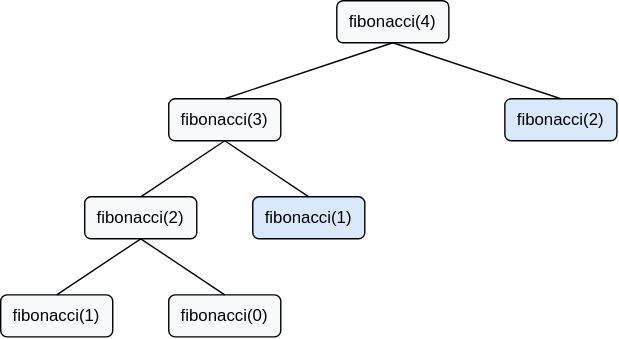
Above: public/fibonacci_with_cache.svg in esadek/esadek.github.io (draw.io), before the change. Source tidied: cells renumbered, new cells last; positions are measured from the earlier drawing's top-left corner, leaving out a move shared by most shapes.
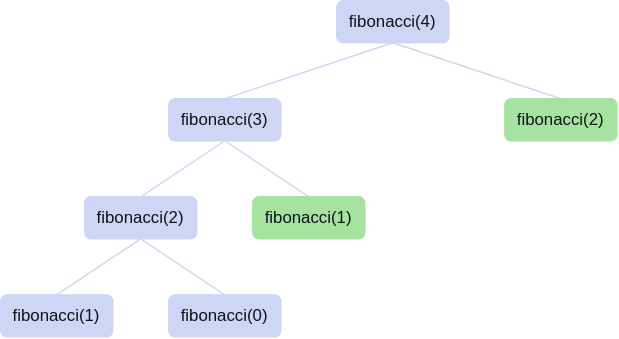
The same file after the commit.

Commit message:
Change: fibonacci diagrams

Diff of the diagram source:
```diff
@@ -2,47 +2,44 @@
   <root>
     <mxCell id="0" />
     <mxCell id="1" parent="0" />
-    <mxCell id="2" value="fibonacci(4)" style="rounded=1;whiteSpace=wrap;html=1;fontStyle=0;fillColor=#F8F9FA;fillStyle=solid;" parent="1" vertex="1">
+    <mxCell id="2" value="fibonacci(4)" style="rounded=1;whiteSpace=wrap;html=1;strokeColor=#CDD6F4;fontColor=#11111B;fillColor=#CDD6F4;" parent="1" vertex="1">
       <mxGeometry x="240" width="80" height="30" as="geometry" />
     </mxCell>
-    <mxCell id="3" style="edgeStyle=orthogonalEdgeStyle;rounded=0;orthogonalLoop=1;jettySize=auto;html=1;exitX=0.5;exitY=1;exitDx=0;exitDy=0;fontStyle=0;" parent="1" edge="1" source="2" target="2">
-      <mxGeometry relative="1" as="geometry" />
-    </mxCell>
-    <mxCell id="4" value="fibonacci(&lt;span&gt;3&lt;/span&gt;)" style="rounded=1;whiteSpace=wrap;html=1;fontStyle=0;fillColor=#F8F9FA;fillStyle=solid;" parent="1" vertex="1">
-      <mxGeometry x="120" y="70" width="80" height="30" as="geometry" />
-    </mxCell>
-    <mxCell id="5" value="fibonacci(&lt;span&gt;1&lt;/span&gt;)" style="rounded=1;whiteSpace=wrap;html=1;fontStyle=0;fillColor=#dae8fc;fillStyle=solid;strokeColor=#000000;" parent="1" vertex="1">
-      <mxGeometry x="180" y="140" width="80" height="30" as="geometry" />
-    </mxCell>
-    <mxCell id="6" value="fibonacci(&lt;span&gt;2&lt;/span&gt;)" style="rounded=1;whiteSpace=wrap;html=1;fontStyle=0;fillColor=#dae8fc;fillStyle=solid;strokeColor=#000000;" parent="1" vertex="1">
-      <mxGeometry x="360" y="70" width="80" height="30" as="geometry" />
-    </mxCell>
-    <mxCell id="7" value="fibonacci(&lt;span&gt;2&lt;/span&gt;)" style="rounded=1;whiteSpace=wrap;html=1;fontStyle=0;fillColor=#F8F9FA;fillStyle=solid;" parent="1" vertex="1">
-      <mxGeometry x="60" y="140" width="80" height="30" as="geometry" />
-    </mxCell>
-    <mxCell id="8" value="fibonacci(&lt;span&gt;0&lt;/span&gt;)" style="rounded=1;whiteSpace=wrap;html=1;fontStyle=0;fillColor=#F8F9FA;fillStyle=solid;" parent="1" vertex="1">
-      <mxGeometry x="120" y="210" width="80" height="30" as="geometry" />
-    </mxCell>
-    <mxCell id="9" value="fibonacci(&lt;span&gt;1&lt;/span&gt;)" style="rounded=1;whiteSpace=wrap;html=1;fontStyle=0;fillColor=#F8F9FA;fillStyle=solid;" parent="1" vertex="1">
-      <mxGeometry y="210" width="80" height="30" as="geometry" />
-    </mxCell>
-    <mxCell id="10" style="endArrow=none;html=1;rounded=0;entryX=0.5;entryY=1;entryDx=0;entryDy=0;exitX=0.5;exitY=0;exitDx=0;exitDy=0;fontStyle=0;" parent="1" edge="1" source="4" target="2">
-      <mxGeometry relative="1" as="geometry" />
-    </mxCell>
-    <mxCell id="11" style="endArrow=none;html=1;rounded=0;exitX=0.5;exitY=1;exitDx=0;exitDy=0;entryX=0.5;entryY=0;entryDx=0;entryDy=0;fontStyle=0;" parent="1" edge="1" source="2" target="6">
-      <mxGeometry relative="1" as="geometry" />
-    </mxCell>
-    <mxCell id="12" style="endArrow=none;html=1;rounded=0;entryX=0.5;entryY=1;entryDx=0;entryDy=0;exitX=0.5;exitY=0;exitDx=0;exitDy=0;fontStyle=0;" parent="1" edge="1" source="7" target="4">
-      <mxGeometry relative="1" as="geometry" />
-    </mxCell>
-    <mxCell id="13" style="endArrow=none;html=1;rounded=0;exitX=0.5;exitY=1;exitDx=0;exitDy=0;entryX=0.5;entryY=0;entryDx=0;entryDy=0;fontStyle=0;" parent="1" edge="1" source="7" target="9">
-      <mxGeometry relative="1" as="geometry" />
-    </mxCell>
-    <mxCell id="14" style="endArrow=none;html=1;rounded=0;entryX=0.5;entryY=1;entryDx=0;entryDy=0;exitX=0.5;exitY=0;exitDx=0;exitDy=0;fontStyle=0;" parent="1" edge="1" source="8" target="7">
-      <mxGeometry relative="1" as="geometry" />
-    </mxCell>
-    <mxCell id="15" style="endArrow=none;html=1;rounded=0;entryX=0.5;entryY=1;entryDx=0;entryDy=0;exitX=0.5;exitY=0;exitDx=0;exitDy=0;fontStyle=0;" parent="1" edge="1" source="5" target="4">
-      <mxGeometry relative="1" as="geometry" />
-    </mxCell>
+    <mxCell id="16" value="&lt;div&gt;fibonacci(3)&lt;/div&gt;" style="rounded=1;whiteSpace=wrap;html=1;strokeColor=#CDD6F4;fontColor=#11111B;fillColor=#CDD6F4;" parent="1" vertex="1">
+      <mxGeometry x="120" y="70" width="80" height="30" as="geometry" />
+    </mxCell>
+    <mxCell id="17" value="&lt;div&gt;fibonacci(2)&lt;/div&gt;" style="rounded=1;whiteSpace=wrap;html=1;strokeColor=#CDD6F4;fontColor=#11111B;fillColor=#CDD6F4;" parent="1" vertex="1">
+      <mxGeometry x="60" y="140" width="80" height="30" as="geometry" />
+    </mxCell>
+    <mxCell id="18" value="&lt;div&gt;fibonacci(1)&lt;/div&gt;" style="rounded=1;whiteSpace=wrap;html=1;strokeColor=#CDD6F4;fontColor=#11111B;fillColor=#CDD6F4;" parent="1" vertex="1">
+      <mxGeometry y="210" width="80" height="30" as="geometry" />
+    </mxCell>
+    <mxCell id="19" value="&lt;div&gt;fibonacci(0)&lt;/div&gt;" style="rounded=1;whiteSpace=wrap;html=1;strokeColor=#CDD6F4;fontColor=#11111B;fillColor=#CDD6F4;" parent="1" vertex="1">
+      <mxGeometry x="120" y="210" width="80" height="30" as="geometry" />
+    </mxCell>
+    <mxCell id="20" style="endArrow=none;html=1;rounded=0;entryX=0.5;entryY=1;entryDx=0;entryDy=0;exitX=0.5;exitY=0;exitDx=0;exitDy=0;strokeColor=#CDD6F4;strokeWidth=1;fillColor=#f5f5f5;" parent="1" edge="1" source="16" target="2">
+      <mxGeometry relative="1" as="geometry" />
+    </mxCell>
+    <mxCell id="21" style="endArrow=none;html=1;rounded=0;entryX=0.5;entryY=1;entryDx=0;entryDy=0;exitX=0.5;exitY=0;exitDx=0;exitDy=0;strokeColor=#CDD6F4;strokeWidth=1;fillColor=#f5f5f5;" parent="1" edge="1" source="26" target="2">
+      <mxGeometry relative="1" as="geometry" />
+    </mxCell>
+    <mxCell id="22" style="endArrow=none;html=1;rounded=0;entryX=0.5;entryY=1;entryDx=0;entryDy=0;exitX=0.5;exitY=0;exitDx=0;exitDy=0;strokeColor=#CDD6F4;strokeWidth=1;fillColor=#f5f5f5;" parent="1" edge="1" source="17" target="16">
+      <mxGeometry relative="1" as="geometry" />
+    </mxCell>
+    <mxCell id="23" style="endArrow=none;html=1;rounded=0;entryX=0.5;entryY=1;entryDx=0;entryDy=0;exitX=0.5;exitY=0;exitDx=0;exitDy=0;strokeColor=#CDD6F4;strokeWidth=1;fillColor=#f5f5f5;" parent="1" edge="1" source="27" target="16">
+      <mxGeometry relative="1" as="geometry" />
+    </mxCell>
+    <mxCell id="24" style="endArrow=none;html=1;rounded=0;exitX=0.5;exitY=0;exitDx=0;exitDy=0;entryX=0.5;entryY=1;entryDx=0;entryDy=0;strokeColor=#CDD6F4;strokeWidth=1;fillColor=#f5f5f5;" parent="1" edge="1" source="18" target="17">
+      <mxGeometry relative="1" as="geometry" />
+    </mxCell>
+    <mxCell id="25" style="endArrow=none;html=1;rounded=0;entryX=0.5;entryY=1;entryDx=0;entryDy=0;exitX=0.5;exitY=0;exitDx=0;exitDy=0;strokeColor=#CDD6F4;strokeWidth=1;fillColor=#f5f5f5;" parent="1" edge="1" source="19" target="17">
+      <mxGeometry relative="1" as="geometry" />
+    </mxCell>
+    <mxCell id="26" value="&lt;div&gt;fibonacci(2)&lt;/div&gt;" style="rounded=1;whiteSpace=wrap;html=1;strokeColor=#A6E3A1;fontColor=#11111B;fillColor=#A6E3A1;" parent="1" vertex="1">
+      <mxGeometry x="360" y="70" width="80" height="30" as="geometry" />
+    </mxCell>
+    <mxCell id="27" value="&lt;div&gt;fibonacci(1)&lt;/div&gt;" style="rounded=1;whiteSpace=wrap;html=1;strokeColor=#A6E3A1;fontColor=#11111B;fillColor=#A6E3A1;" parent="1" vertex="1">
+      <mxGeometry x="180" y="140" width="80" height="30" as="geometry" />
+    </mxCell>
   </root>
 </mxGraphModel>
```
